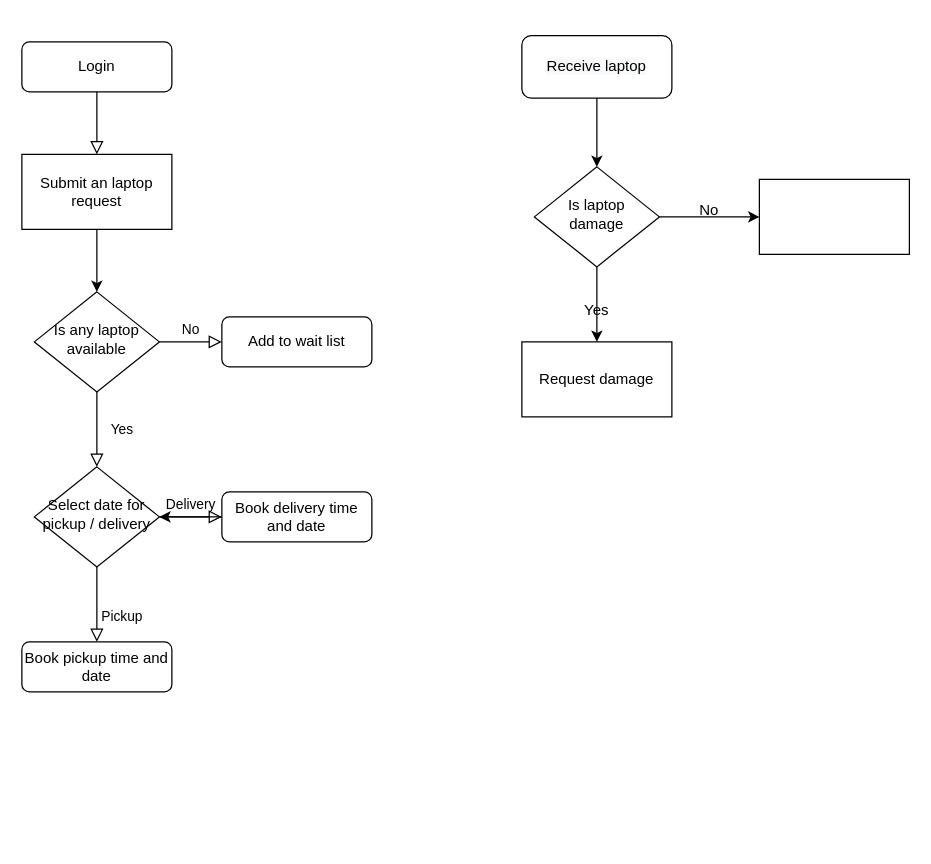
This is Untitled Diagram.drawio from mazui3/FakeRepo, a draw.io file, before an edit. Source tidied: cells renumbered, new cells numbered last; positions are measured from the earlier drawing's top-left corner, leaving out a move shared by most shapes. Both pictures are drawn from the tidied source at 125%, with x=0, y=0 at pixel (21, 35).
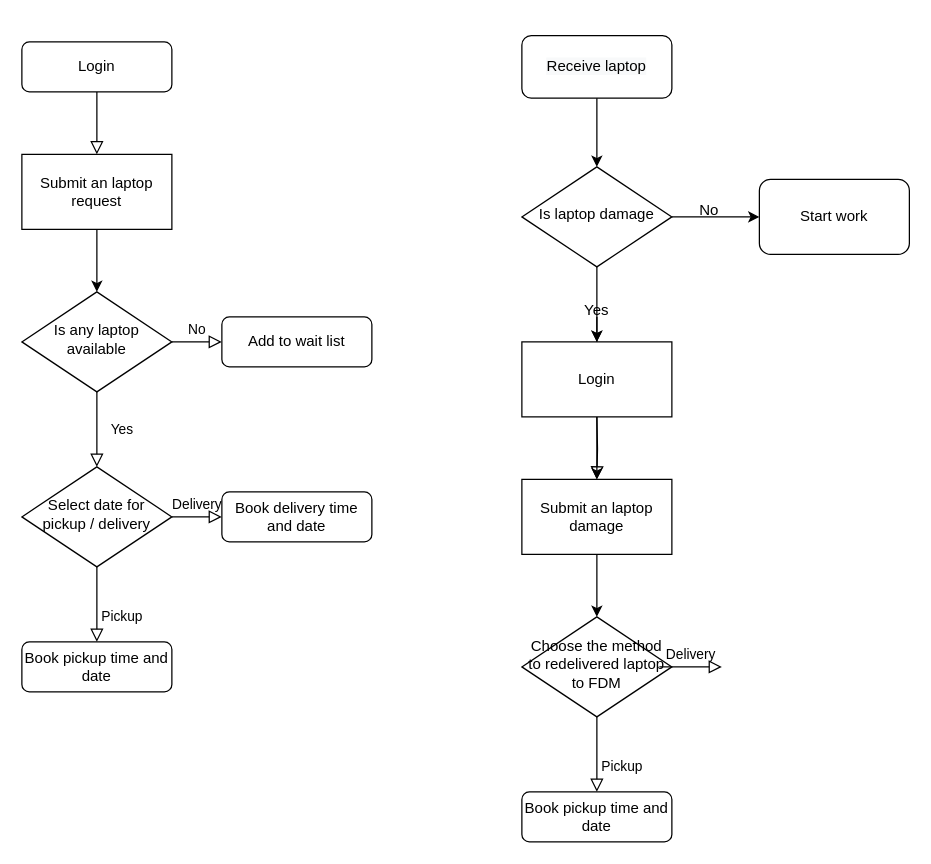
After the change.

Unchanged cells that the change refers to:
```xml
<mxCell id="13" value="Book delivery time and date" style="rounded=1;whiteSpace=wrap;html=1;fontSize=12;glass=0;strokeWidth=1;shadow=0;" parent="1" vertex="1">
  <mxGeometry x="160" y="365" width="120" height="40" as="geometry" />
</mxCell>
<mxCell id="22" value="Yes" style="text;html=1;strokeColor=none;fillColor=none;align=center;verticalAlign=middle;whiteSpace=wrap;rounded=0;" parent="1" vertex="1">
  <mxGeometry x="430" y="205" width="60" height="30" as="geometry" />
</mxCell>
```

Change to the diagram source:
```diff
@@
     <mxCell id="6" value="Is any laptop available" style="rhombus;whiteSpace=wrap;html=1;shadow=0;fontFamily=Helvetica;fontSize=12;align=center;strokeWidth=1;spacing=6;spacingTop=-4;" parent="1" vertex="1">
-      <mxGeometry x="10" y="205" width="100" height="80" as="geometry" />
+      <mxGeometry y="205" width="120" height="80" as="geometry" />
     </mxCell>
@@
     <mxCell id="10" value="Select date for pickup / delivery" style="rhombus;whiteSpace=wrap;html=1;shadow=0;fontFamily=Helvetica;fontSize=12;align=center;strokeWidth=1;spacing=6;spacingTop=-4;" parent="1" vertex="1">
-      <mxGeometry x="10" y="345" width="100" height="80" as="geometry" />
+      <mxGeometry y="345" width="120" height="80" as="geometry" />
     </mxCell>
@@
-    <mxCell id="12" style="edgeStyle=orthogonalEdgeStyle;rounded=0;jettySize=auto;html=1;" parent="1" edge="1" source="13" target="10">
-      <mxGeometry relative="1" as="geometry" />
-    </mxCell>
@@
-    <mxCell id="16" style="rounded=0;whiteSpace=wrap;html=1;" parent="1" vertex="1">
-      <mxGeometry x="590" y="115" width="120" height="60" as="geometry" />
-    </mxCell>
     <mxCell id="17" value="Is laptop damage" style="rhombus;whiteSpace=wrap;html=1;shadow=0;fontFamily=Helvetica;fontSize=12;align=center;strokeWidth=1;spacing=6;spacingTop=-4;" parent="1" vertex="1">
-      <mxGeometry x="410" y="105" width="100" height="80" as="geometry" />
+      <mxGeometry x="400" y="105" width="120" height="80" as="geometry" />
     </mxCell>
-    <mxCell id="18" value="Request damage" style="rounded=0;whiteSpace=wrap;html=1;" parent="1" vertex="1">
-      <mxGeometry x="400" y="245" width="120" height="60" as="geometry" />
-    </mxCell>
@@
-    <mxCell id="21" style="endArrow=classic;html=1;rounded=0;exitX=0.5;exitY=1;exitDx=0;exitDy=0;" parent="1" edge="1" source="17" target="18">
-      <mxGeometry relative="1" as="geometry" />
+    <mxCell id="21" style="endArrow=classic;html=1;rounded=0;exitX=0.5;exitY=1;exitDx=0;exitDy=0;" parent="1" edge="1" source="17">
+      <mxGeometry relative="1" as="geometry">
+        <mxPoint x="460" y="245" as="targetPoint" />
+      </mxGeometry>
     </mxCell>
+    <mxCell id="25" style="edgeStyle=orthogonalEdgeStyle;rounded=0;jettySize=auto;html=1;exitX=0.5;exitY=1;exitDx=0;exitDy=0;" parent="1" edge="1" source="22" target="35">
+      <mxGeometry relative="1" as="geometry" />
+    </mxCell>
@@
-    <mxCell id="24" style="endArrow=classic;html=1;rounded=0;exitX=1;exitY=0.5;exitDx=0;exitDy=0;" parent="1" edge="1" source="17" target="16">
-      <mxGeometry relative="1" as="geometry" />
+    <mxCell id="24" style="endArrow=classic;html=1;rounded=0;exitX=1;exitY=0.5;exitDx=0;exitDy=0;" parent="1" edge="1" source="17">
+      <mxGeometry relative="1" as="geometry">
+        <mxPoint x="590" y="145" as="targetPoint" />
+      </mxGeometry>
     </mxCell>
+    <mxCell id="26" value="Start work" style="rounded=1;whiteSpace=wrap;html=1;" parent="1" vertex="1">
+      <mxGeometry x="590" y="115" width="120" height="60" as="geometry" />
+    </mxCell>
+    <mxCell id="27" style="rounded=0;html=1;jettySize=auto;fontSize=11;endArrow=block;endFill=0;endSize=8;strokeWidth=1;shadow=0;labelBackgroundColor=none;edgeStyle=orthogonalEdgeStyle;" parent="1" edge="1" target="32">
+      <mxGeometry relative="1" as="geometry">
+        <mxPoint x="460" y="305" as="sourcePoint" />
+      </mxGeometry>
+    </mxCell>
+    <mxCell id="28" value="Choose the method to redelivered laptop to FDM" style="rhombus;whiteSpace=wrap;html=1;shadow=0;fontFamily=Helvetica;fontSize=12;align=center;strokeWidth=1;spacing=6;spacingTop=-4;" parent="1" vertex="1">
+      <mxGeometry x="400" y="465" width="120" height="80" as="geometry" />
+    </mxCell>
+    <mxCell id="29" value="Pickup" style="rounded=0;html=1;jettySize=auto;fontSize=11;endArrow=block;endFill=0;endSize=8;strokeWidth=1;shadow=0;labelBackgroundColor=none;edgeStyle=orthogonalEdgeStyle;exitX=0.5;exitY=1;exitDx=0;exitDy=0;" parent="1" edge="1" source="28" target="31">
+      <mxGeometry x="0.33" y="20" relative="1" as="geometry" />
+    </mxCell>
+    <mxCell id="30" value="Delivery" style="edgeStyle=orthogonalEdgeStyle;rounded=0;html=1;jettySize=auto;orthogonalLoop=1;fontSize=11;endArrow=block;endFill=0;endSize=8;strokeWidth=1;shadow=0;labelBackgroundColor=none;" parent="1" edge="1">
+      <mxGeometry y="10" relative="1" as="geometry">
+        <mxPoint x="510" y="505" as="sourcePoint" />
+        <mxPoint x="560" y="505" as="targetPoint" />
+      </mxGeometry>
+    </mxCell>
+    <mxCell id="31" value="Book pickup time and date" style="rounded=1;whiteSpace=wrap;html=1;fontSize=12;glass=0;strokeWidth=1;shadow=0;" parent="1" vertex="1">
+      <mxGeometry x="400" y="605" width="120" height="40" as="geometry" />
+    </mxCell>
+    <mxCell id="32" value="Submit an laptop damage" style="rounded=0;whiteSpace=wrap;html=1;" parent="1" vertex="1">
+      <mxGeometry x="400" y="355" width="120" height="60" as="geometry" />
+    </mxCell>
+    <mxCell id="33" style="endArrow=classic;html=1;rounded=0;exitX=0.5;exitY=1;exitDx=0;exitDy=0;" parent="1" edge="1" source="32" target="28">
+      <mxGeometry relative="1" as="geometry" />
+    </mxCell>
+    <mxCell id="34" style="edgeStyle=orthogonalEdgeStyle;rounded=0;jettySize=auto;html=1;" parent="1" edge="1" source="35" target="32">
+      <mxGeometry relative="1" as="geometry" />
+    </mxCell>
+    <mxCell id="35" value="Login" style="rounded=0;whiteSpace=wrap;html=1;" parent="1" vertex="1">
+      <mxGeometry x="400" y="245" width="120" height="60" as="geometry" />
+    </mxCell>
```
